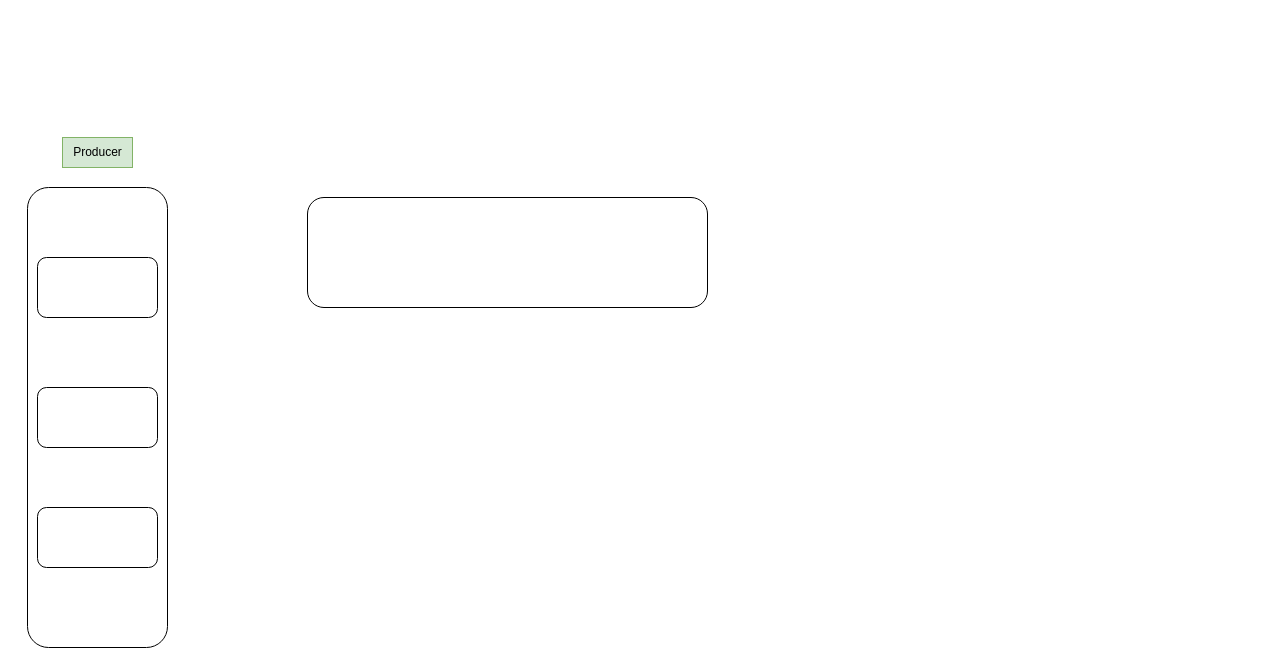
Earlier version of the draw.io diagram kafka.drawio (lovercode/drawio). Source tidied: cells renumbered, new cells numbered last; positions are measured from the earlier drawing's top-left corner, leaving out a move shared by most shapes. Both pictures are drawn from the tidied source at 100%, with x=0, y=0 at pixel (27, 137).
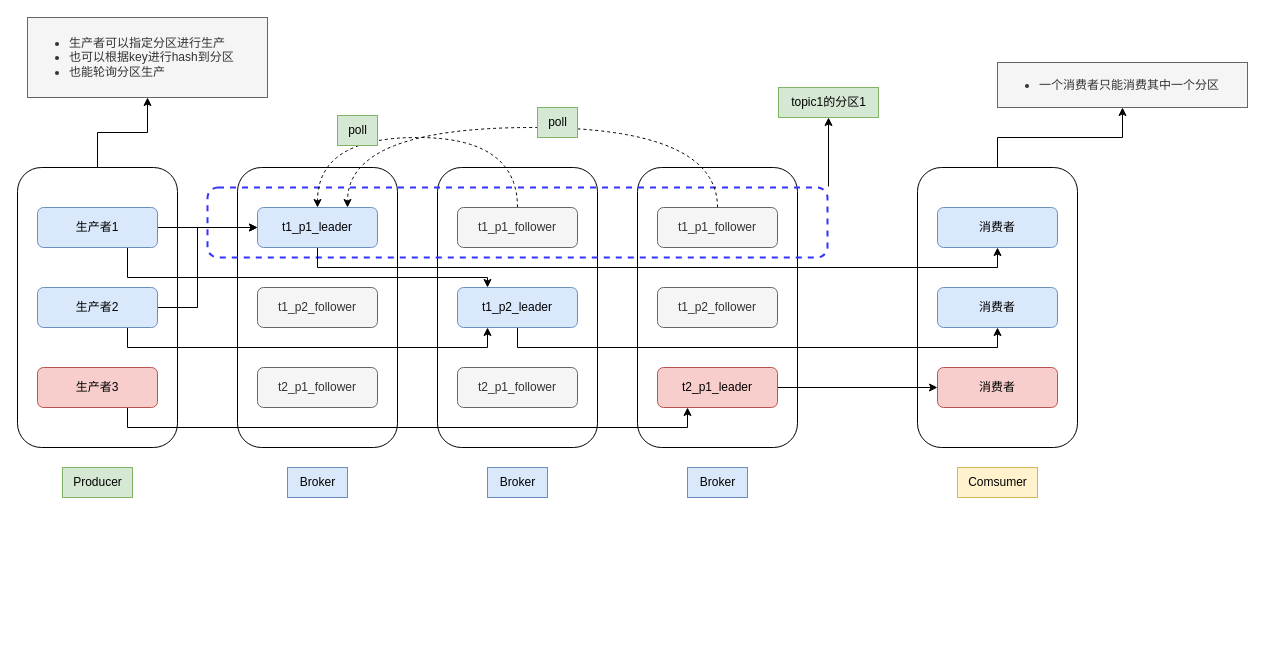
Above is the later version.

What changed in the source:
```diff
@@
+    <mxCell id="8" style="edgeStyle=orthogonalEdgeStyle;rounded=0;jettySize=auto;html=1;entryX=0.5;entryY=1;entryDx=0;entryDy=0;" parent="1" edge="1" source="9" target="47">
+      <mxGeometry relative="1" as="geometry" />
+    </mxCell>
+    <mxCell id="9" style="rounded=1;whiteSpace=wrap;html=1;" parent="1" vertex="1">
+      <mxGeometry x="890" y="30" width="160" height="280" as="geometry" />
+    </mxCell>
+    <mxCell id="10" style="rounded=1;whiteSpace=wrap;html=1;" parent="1" vertex="1">
+      <mxGeometry x="610" y="30" width="160" height="280" as="geometry" />
+    </mxCell>
+    <mxCell id="11" style="rounded=1;whiteSpace=wrap;html=1;" parent="1" vertex="1">
+      <mxGeometry x="410" y="30" width="160" height="280" as="geometry" />
+    </mxCell>
+    <mxCell id="12" style="rounded=1;whiteSpace=wrap;html=1;" parent="1" vertex="1">
+      <mxGeometry x="210" y="30" width="160" height="280" as="geometry" />
+    </mxCell>
+    <mxCell id="13" style="edgeStyle=orthogonalEdgeStyle;rounded=0;jettySize=auto;html=1;exitX=1;exitY=0;exitDx=0;exitDy=0;" parent="1" edge="1" source="14" target="39">
+      <mxGeometry relative="1" as="geometry" />
+    </mxCell>
+    <mxCell id="14" style="rounded=1;whiteSpace=wrap;html=1;dashed=1;strokeWidth=2;labelBorderColor=default;fillColor=none;fontColor=#333333;strokeColor=#3333FF;perimeterSpacing=1;gradientColor=none;gradientDirection=radial;" parent="1" vertex="1">
+      <mxGeometry x="180" y="50" width="620" height="70" as="geometry" />
+    </mxCell>
+    <mxCell id="15" style="edgeStyle=orthogonalEdgeStyle;rounded=0;jettySize=auto;html=1;entryX=0.5;entryY=1;entryDx=0;entryDy=0;" parent="1" edge="1" source="2" target="46">
+      <mxGeometry relative="1" as="geometry" />
+    </mxCell>
     <mxCell id="2" style="rounded=1;whiteSpace=wrap;html=1;" parent="1" vertex="1">
-      <mxGeometry y="50" width="140" height="460" as="geometry" />
+      <mxGeometry x="-10" y="30" width="160" height="280" as="geometry" />
     </mxCell>
+    <mxCell id="16" style="edgeStyle=orthogonalEdgeStyle;rounded=0;jettySize=auto;html=1;exitX=1;exitY=0.5;exitDx=0;exitDy=0;entryX=0;entryY=0.5;entryDx=0;entryDy=0;" parent="1" edge="1" source="3" target="22">
+      <mxGeometry relative="1" as="geometry" />
+    </mxCell>
+    <mxCell id="17" style="edgeStyle=orthogonalEdgeStyle;rounded=0;jettySize=auto;html=1;exitX=0.75;exitY=1;exitDx=0;exitDy=0;entryX=0.25;entryY=0;entryDx=0;entryDy=0;" parent="1" edge="1" source="3" target="28">
+      <mxGeometry relative="1" as="geometry">
+        <Array as="points">
+          <mxPoint x="100" y="140" />
+          <mxPoint x="460" y="140" />
+        </Array>
+      </mxGeometry>
+    </mxCell>
-    <mxCell id="3" style="rounded=1;whiteSpace=wrap;html=1;" parent="1" vertex="1">
-      <mxGeometry x="10" y="120" width="120" height="60" as="geometry" />
+    <mxCell id="3" value="生产者1" style="rounded=1;whiteSpace=wrap;html=1;fillColor=#dae8fc;strokeColor=#6c8ebf;" parent="1" vertex="1">
+      <mxGeometry x="10" y="70" width="120" height="40" as="geometry" />
     </mxCell>
     <mxCell id="4" value="Producer" style="text;html=1;align=center;verticalAlign=middle;strokeColor=#82b366;fillColor=#d5e8d4;" parent="1" vertex="1">
-      <mxGeometry x="35" width="70" height="30" as="geometry" />
+      <mxGeometry x="35" y="330" width="70" height="30" as="geometry" />
     </mxCell>
+    <mxCell id="18" style="edgeStyle=orthogonalEdgeStyle;rounded=0;jettySize=auto;html=1;exitX=0.75;exitY=1;exitDx=0;exitDy=0;entryX=0.25;entryY=1;entryDx=0;entryDy=0;" parent="1" edge="1" source="5" target="28">
+      <mxGeometry relative="1" as="geometry">
+        <Array as="points">
+          <mxPoint x="100" y="210" />
+          <mxPoint x="460" y="210" />
+        </Array>
+      </mxGeometry>
+    </mxCell>
+    <mxCell id="19" style="edgeStyle=orthogonalEdgeStyle;rounded=0;jettySize=auto;html=1;entryX=0;entryY=0.5;entryDx=0;entryDy=0;" parent="1" edge="1" source="5" target="22">
+      <mxGeometry relative="1" as="geometry">
+        <Array as="points">
+          <mxPoint x="170" y="170" />
+          <mxPoint x="170" y="90" />
+        </Array>
+      </mxGeometry>
+    </mxCell>
-    <mxCell id="5" style="rounded=1;whiteSpace=wrap;html=1;" parent="1" vertex="1">
-      <mxGeometry x="10" y="250" width="120" height="60" as="geometry" />
+    <mxCell id="5" value="生产者2" style="rounded=1;whiteSpace=wrap;html=1;fillColor=#dae8fc;strokeColor=#6c8ebf;" parent="1" vertex="1">
+      <mxGeometry x="10" y="150" width="120" height="40" as="geometry" />
     </mxCell>
+    <mxCell id="20" style="edgeStyle=orthogonalEdgeStyle;rounded=0;jettySize=auto;html=1;exitX=0.75;exitY=1;exitDx=0;exitDy=0;entryX=0.25;entryY=1;entryDx=0;entryDy=0;" parent="1" edge="1" source="6" target="34">
+      <mxGeometry relative="1" as="geometry" />
+    </mxCell>
-    <mxCell id="6" style="rounded=1;whiteSpace=wrap;html=1;" parent="1" vertex="1">
-      <mxGeometry x="10" y="370" width="120" height="60" as="geometry" />
+    <mxCell id="6" value="生产者3" style="rounded=1;whiteSpace=wrap;html=1;fillColor=#f8cecc;strokeColor=#b85450;" parent="1" vertex="1">
+      <mxGeometry x="10" y="230" width="120" height="40" as="geometry" />
     </mxCell>
-    <mxCell id="7" style="rounded=1;whiteSpace=wrap;html=1;" parent="1" vertex="1">
-      <mxGeometry x="280" y="60" width="400" height="110" as="geometry" />
-    </mxCell>
+    <mxCell id="21" style="edgeStyle=orthogonalEdgeStyle;rounded=0;jettySize=auto;html=1;exitX=0.5;exitY=1;exitDx=0;exitDy=0;entryX=0.5;entryY=1;entryDx=0;entryDy=0;" parent="1" edge="1" source="22" target="40">
+      <mxGeometry relative="1" as="geometry" />
+    </mxCell>
+    <mxCell id="22" value="t1_p1_leader" style="rounded=1;whiteSpace=wrap;html=1;fillColor=#dae8fc;strokeColor=#6c8ebf;" parent="1" vertex="1">
+      <mxGeometry x="230" y="70" width="120" height="40" as="geometry" />
+    </mxCell>
+    <mxCell id="23" value="t1_p2_follower" style="rounded=1;whiteSpace=wrap;html=1;fillColor=#f5f5f5;fontColor=#333333;strokeColor=#666666;" parent="1" vertex="1">
+      <mxGeometry x="230" y="150" width="120" height="40" as="geometry" />
+    </mxCell>
+    <mxCell id="24" value="t2_p1_follower" style="rounded=1;whiteSpace=wrap;html=1;fillColor=#f5f5f5;strokeColor=#666666;fontColor=#333333;" parent="1" vertex="1">
+      <mxGeometry x="230" y="230" width="120" height="40" as="geometry" />
+    </mxCell>
+    <mxCell id="25" style="edgeStyle=orthogonalEdgeStyle;rounded=0;jettySize=auto;html=1;exitX=0.5;exitY=0;exitDx=0;exitDy=0;entryX=0.5;entryY=0;entryDx=0;entryDy=0;dashed=1;curved=1;" parent="1" edge="1" source="26" target="22">
+      <mxGeometry relative="1" as="geometry">
+        <Array as="points">
+          <mxPoint x="490" />
+          <mxPoint x="290" />
+        </Array>
+      </mxGeometry>
+    </mxCell>
+    <mxCell id="26" value="t1_p1_follower" style="rounded=1;whiteSpace=wrap;html=1;fillColor=#f5f5f5;strokeColor=#666666;fontColor=#333333;" parent="1" vertex="1">
+      <mxGeometry x="430" y="70" width="120" height="40" as="geometry" />
+    </mxCell>
+    <mxCell id="27" style="edgeStyle=orthogonalEdgeStyle;rounded=0;jettySize=auto;html=1;exitX=0.5;exitY=1;exitDx=0;exitDy=0;entryX=0.5;entryY=1;entryDx=0;entryDy=0;" parent="1" edge="1" source="28" target="41">
+      <mxGeometry relative="1" as="geometry" />
+    </mxCell>
+    <mxCell id="28" value="t1_p2_leader" style="rounded=1;whiteSpace=wrap;html=1;fillColor=#dae8fc;strokeColor=#6c8ebf;" parent="1" vertex="1">
+      <mxGeometry x="430" y="150" width="120" height="40" as="geometry" />
+    </mxCell>
+    <mxCell id="29" value="t2_p1_follower" style="rounded=1;whiteSpace=wrap;html=1;fillColor=#f5f5f5;strokeColor=#666666;fontColor=#333333;" parent="1" vertex="1">
+      <mxGeometry x="430" y="230" width="120" height="40" as="geometry" />
+    </mxCell>
+    <mxCell id="30" style="edgeStyle=orthogonalEdgeStyle;rounded=0;jettySize=auto;html=1;exitX=0.5;exitY=0;exitDx=0;exitDy=0;entryX=0.75;entryY=0;entryDx=0;entryDy=0;curved=1;dashed=1;" parent="1" edge="1" source="31" target="22">
+      <mxGeometry relative="1" as="geometry">
+        <Array as="points">
+          <mxPoint x="690" y="-10" />
+          <mxPoint x="320" y="-10" />
+        </Array>
+      </mxGeometry>
+    </mxCell>
+    <mxCell id="31" value="t1_p1_follower" style="rounded=1;whiteSpace=wrap;html=1;fillColor=#f5f5f5;strokeColor=#666666;fontColor=#333333;" parent="1" vertex="1">
+      <mxGeometry x="630" y="70" width="120" height="40" as="geometry" />
+    </mxCell>
+    <mxCell id="32" value="t1_p2_follower" style="rounded=1;whiteSpace=wrap;html=1;fillColor=#f5f5f5;fontColor=#333333;strokeColor=#666666;" parent="1" vertex="1">
+      <mxGeometry x="630" y="150" width="120" height="40" as="geometry" />
+    </mxCell>
+    <mxCell id="33" style="edgeStyle=orthogonalEdgeStyle;rounded=0;jettySize=auto;html=1;exitX=1;exitY=0.5;exitDx=0;exitDy=0;entryX=0;entryY=0.5;entryDx=0;entryDy=0;" parent="1" edge="1" source="34" target="42">
+      <mxGeometry relative="1" as="geometry" />
+    </mxCell>
+    <mxCell id="34" value="t2_p1_leader" style="rounded=1;whiteSpace=wrap;html=1;fillColor=#f8cecc;strokeColor=#b85450;" parent="1" vertex="1">
+      <mxGeometry x="630" y="230" width="120" height="40" as="geometry" />
+    </mxCell>
+    <mxCell id="35" style="edgeStyle=orthogonalEdgeStyle;rounded=0;orthogonalLoop=1;jettySize=auto;html=1;exitX=0.5;exitY=1;exitDx=0;exitDy=0;" parent="1" edge="1" source="2" target="2">
+      <mxGeometry relative="1" as="geometry" />
+    </mxCell>
+    <mxCell id="36" value="Broker" style="text;html=1;align=center;verticalAlign=middle;strokeColor=#6c8ebf;fillColor=#dae8fc;" parent="1" vertex="1">
+      <mxGeometry x="260" y="330" width="60" height="30" as="geometry" />
+    </mxCell>
+    <mxCell id="37" value="Broker" style="text;html=1;align=center;verticalAlign=middle;strokeColor=#6c8ebf;fillColor=#dae8fc;" parent="1" vertex="1">
+      <mxGeometry x="460" y="330" width="60" height="30" as="geometry" />
+    </mxCell>
+    <mxCell id="38" value="Broker" style="text;html=1;align=center;verticalAlign=middle;strokeColor=#6c8ebf;fillColor=#dae8fc;" parent="1" vertex="1">
+      <mxGeometry x="660" y="330" width="60" height="30" as="geometry" />
+    </mxCell>
+    <mxCell id="39" value="topic1的分区1" style="text;html=1;align=center;verticalAlign=middle;points=[];strokeColor=#82b366;fillColor=#d5e8d4;" parent="1" vertex="1">
+      <mxGeometry x="751" y="-50" width="100" height="30" as="geometry" />
+    </mxCell>
+    <mxCell id="40" value="消费者" style="rounded=1;whiteSpace=wrap;html=1;fillColor=#dae8fc;strokeColor=#6c8ebf;" parent="1" vertex="1">
+      <mxGeometry x="910" y="70" width="120" height="40" as="geometry" />
+    </mxCell>
+    <mxCell id="41" value="消费者" style="rounded=1;whiteSpace=wrap;html=1;fillColor=#dae8fc;strokeColor=#6c8ebf;" parent="1" vertex="1">
+      <mxGeometry x="910" y="150" width="120" height="40" as="geometry" />
+    </mxCell>
+    <mxCell id="42" value="消费者" style="rounded=1;whiteSpace=wrap;html=1;fillColor=#f8cecc;strokeColor=#b85450;" parent="1" vertex="1">
+      <mxGeometry x="910" y="230" width="120" height="40" as="geometry" />
+    </mxCell>
+    <mxCell id="43" value="Comsumer" style="text;html=1;align=center;verticalAlign=middle;strokeColor=#d6b656;fillColor=#fff2cc;" parent="1" vertex="1">
+      <mxGeometry x="930" y="330" width="80" height="30" as="geometry" />
+    </mxCell>
+    <mxCell id="44" value="poll" style="text;html=1;align=center;verticalAlign=middle;strokeColor=#82b366;fillColor=#d5e8d4;" parent="1" vertex="1">
+      <mxGeometry x="510" y="-30" width="40" height="30" as="geometry" />
+    </mxCell>
+    <mxCell id="45" value="poll" style="text;html=1;align=center;verticalAlign=middle;strokeColor=#82b366;fillColor=#d5e8d4;" parent="1" vertex="1">
+      <mxGeometry x="310" y="-22" width="40" height="30" as="geometry" />
+    </mxCell>
+    <mxCell id="46" value="&lt;ul&gt;&lt;li&gt;生产者可以指定分区进行生产&lt;/li&gt;&lt;li&gt;也可以根据key进行hash到分区&lt;/li&gt;&lt;li&gt;也能轮询分区生产&lt;/li&gt;&lt;/ul&gt;" style="text;strokeColor=#666666;fillColor=#f5f5f5;html=1;whiteSpace=wrap;verticalAlign=middle;overflow=hidden;fontColor=#333333;" parent="1" vertex="1">
+      <mxGeometry y="-120" width="240" height="80" as="geometry" />
+    </mxCell>
+    <mxCell id="47" value="&lt;ul&gt;&lt;li&gt;一个消费者只能消费其中一个分区&lt;/li&gt;&lt;/ul&gt;" style="text;strokeColor=#666666;fillColor=#f5f5f5;html=1;whiteSpace=wrap;verticalAlign=middle;overflow=hidden;fontColor=#333333;" parent="1" vertex="1">
+      <mxGeometry x="970" y="-75" width="250" height="45" as="geometry" />
+    </mxCell>
```
